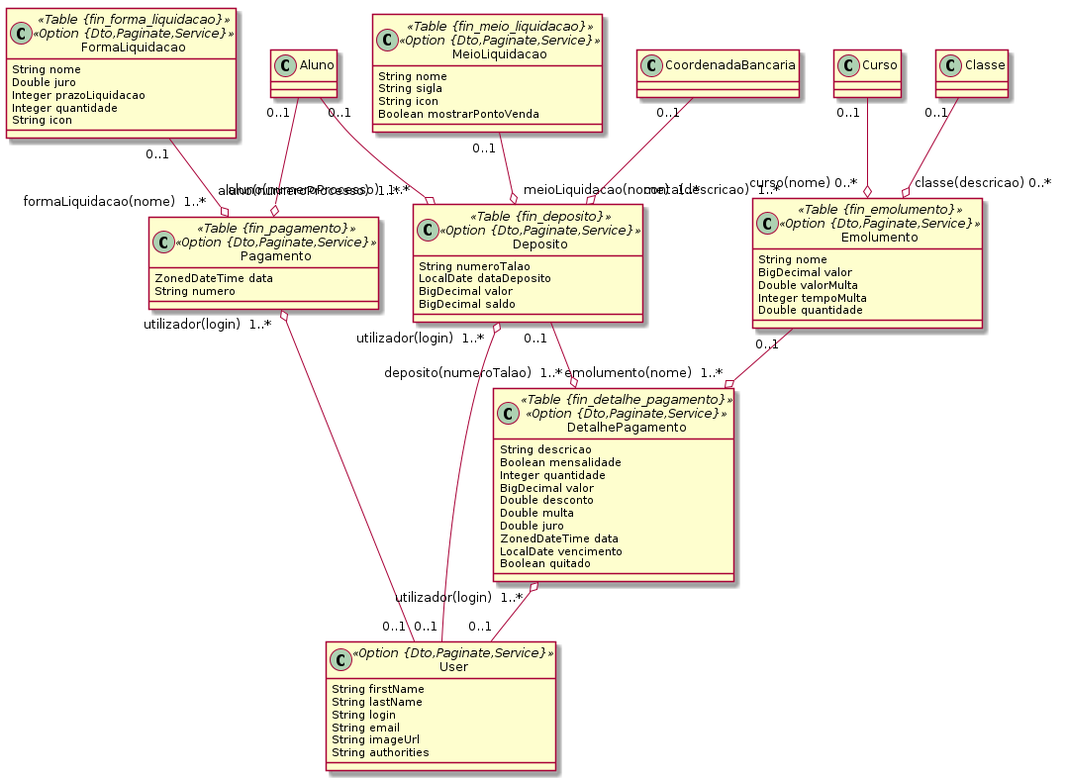
Before: domain-ensino/4tesouraria.png, a diagram exported from PlantUML (ravunana/manda-ensino). Source of this version:
```plantuml
@startuml
	!pragma syntax class
	class Emolumento <<Table {fin_emolumento}>><<Option {Dto,Paginate,Service}>> {
		String nome
		BigDecimal valor
		Double valorMulta
		Integer tempoMulta
		Double quantidade
	}
	class Deposito <<Table {fin_deposito}>><<Option {Dto,Paginate,Service}>> {
		String numeroTalao
		LocalDate dataDeposito
		BigDecimal valor
		BigDecimal saldo
	}
	class FormaLiquidacao <<Table {fin_forma_liquidacao}>><<Option {Dto,Paginate,Service}>> {
		String nome
		Double juro
		Integer prazoLiquidacao
		Integer quantidade
		String icon
	}
	class MeioLiquidacao <<Table {fin_meio_liquidacao}>><<Option {Dto,Paginate,Service}>> {
		String nome
		String sigla
		String icon
		Boolean mostrarPontoVenda
	}
	class Pagamento <<Table {fin_pagamento}>><<Option {Dto,Paginate,Service}>> {
		ZonedDateTime data
		String numero
	}
	class DetalhePagamento <<Table {fin_detalhe_pagamento}>><<Option {Dto,Paginate,Service}>> {
		String descricao
		Boolean mensalidade
		Integer quantidade
		BigDecimal valor
		Double desconto
		Double multa
		Double juro
		ZonedDateTime data
		LocalDate vencimento
		Boolean quitado
	}
	Emolumento  "0..1 " --o "emolumento(nome)  1..* "  DetalhePagamento
	Deposito  "0..1 " --o "deposito(numeroTalao)  1..* "  DetalhePagamento
	Aluno  "0..1 " --o "aluno(numeroProcesso)  1..* "  Pagamento
	FormaLiquidacao  "0..1 " --o "formaLiquidacao(nome)  1..* "  Pagamento
	MeioLiquidacao  "0..1 " --o "meioLiquidacao(nome)  1..* "  Deposito
	Aluno  "0..1 " --o "aluno(numeroProcesso)  1..* "  Deposito
	Curso  "0..1 " --o "curso(nome) 0..* "  Emolumento
	Classe  "0..1 " --o "classe(descricao) 0..* "  Emolumento
	CoordenadaBancaria  "0..1 " --o "conta(descricao)  1..* "  Deposito
	Deposito  "utilizador(login)  1..* " o-- "0..1 "  User
	Pagamento  "utilizador(login)  1..* " o-- "0..1 "  User
	DetalhePagamento  "utilizador(login)  1..* " o-- "0..1 "  User
	class User <<Option {Dto,Paginate,Service}>> {
		String firstName
		String lastName
		String login
		String email
		String imageUrl
		String authorities
	}
@enduml
```
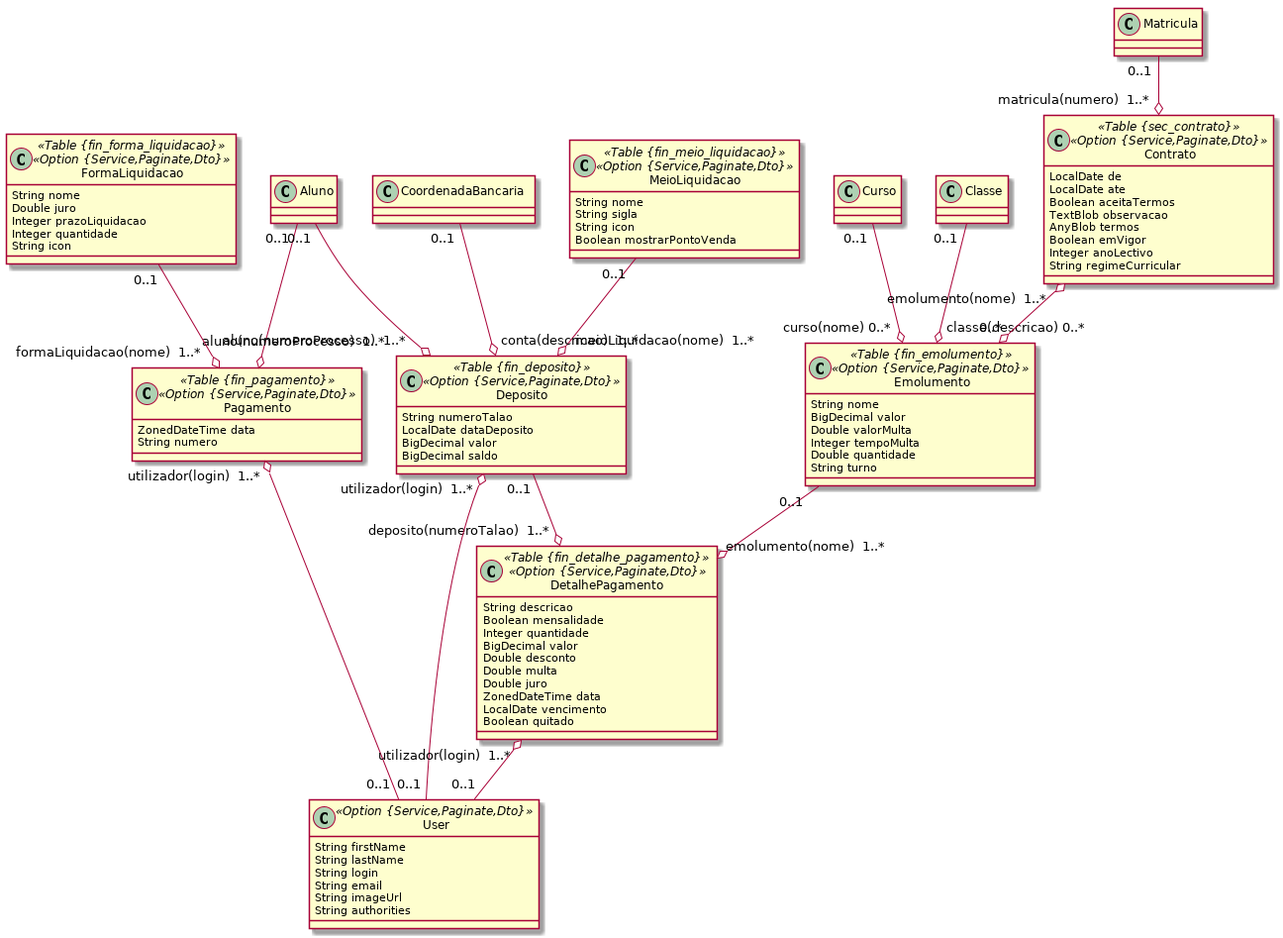
Later version of the same file.

Diff of the diagram source:
```diff
@@ -1,36 +1,37 @@
 @startuml
 	!pragma syntax class
-	class Emolumento <<Table {fin_emolumento}>><<Option {Dto,Paginate,Service}>> {
+	class Emolumento <<Table {fin_emolumento}>><<Option {Service,Paginate,Dto}>> {
 		String nome
 		BigDecimal valor
 		Double valorMulta
 		Integer tempoMulta
 		Double quantidade
+		String turno
 	}
-	class Deposito <<Table {fin_deposito}>><<Option {Dto,Paginate,Service}>> {
+	class Deposito <<Table {fin_deposito}>><<Option {Service,Paginate,Dto}>> {
 		String numeroTalao
 		LocalDate dataDeposito
 		BigDecimal valor
 		BigDecimal saldo
 	}
-	class FormaLiquidacao <<Table {fin_forma_liquidacao}>><<Option {Dto,Paginate,Service}>> {
+	class FormaLiquidacao <<Table {fin_forma_liquidacao}>><<Option {Service,Paginate,Dto}>> {
 		String nome
 		Double juro
 		Integer prazoLiquidacao
 		Integer quantidade
 		String icon
 	}
-	class MeioLiquidacao <<Table {fin_meio_liquidacao}>><<Option {Dto,Paginate,Service}>> {
+	class MeioLiquidacao <<Table {fin_meio_liquidacao}>><<Option {Service,Paginate,Dto}>> {
 		String nome
 		String sigla
 		String icon
 		Boolean mostrarPontoVenda
 	}
-	class Pagamento <<Table {fin_pagamento}>><<Option {Dto,Paginate,Service}>> {
+	class Pagamento <<Table {fin_pagamento}>><<Option {Service,Paginate,Dto}>> {
 		ZonedDateTime data
 		String numero
 	}
-	class DetalhePagamento <<Table {fin_detalhe_pagamento}>><<Option {Dto,Paginate,Service}>> {
+	class DetalhePagamento <<Table {fin_detalhe_pagamento}>><<Option {Service,Paginate,Dto}>> {
 		String descricao
 		Boolean mensalidade
 		Integer quantidade
@@ -42,6 +43,16 @@
 		LocalDate vencimento
 		Boolean quitado
 	}
+	class Contrato <<Table {sec_contrato}>><<Option {Service,Paginate,Dto}>> {
+		LocalDate de
+		LocalDate ate
+		Boolean aceitaTermos
+		TextBlob observacao
+		AnyBlob termos
+		Boolean emVigor
+		Integer anoLectivo
+		String regimeCurricular
+	}
 	Emolumento  "0..1 " --o "emolumento(nome)  1..* "  DetalhePagamento
 	Deposito  "0..1 " --o "deposito(numeroTalao)  1..* "  DetalhePagamento
 	Aluno  "0..1 " --o "aluno(numeroProcesso)  1..* "  Pagamento
@@ -51,10 +62,12 @@
 	Curso  "0..1 " --o "curso(nome) 0..* "  Emolumento
 	Classe  "0..1 " --o "classe(descricao) 0..* "  Emolumento
 	CoordenadaBancaria  "0..1 " --o "conta(descricao)  1..* "  Deposito
+	Matricula  "0..1 " --o "matricula(numero)  1..* "  Contrato
 	Deposito  "utilizador(login)  1..* " o-- "0..1 "  User
 	Pagamento  "utilizador(login)  1..* " o-- "0..1 "  User
 	DetalhePagamento  "utilizador(login)  1..* " o-- "0..1 "  User
-	class User <<Option {Dto,Paginate,Service}>> {
+	Contrato  "emolumento(nome)  1..* " o--o "0..* "  Emolumento
+	class User <<Option {Service,Paginate,Dto}>> {
 		String firstName
 		String lastName
 		String login
```
